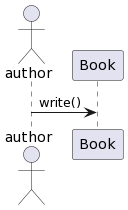
This is prototype/diagrams/out/sequence.png from lordking/gof-design-patterns, a PlantUML export, as it was before one commit. Source of this version:
```plantuml
@startuml

Actor author
Participant Book

author -> Book: write()
@enduml
```
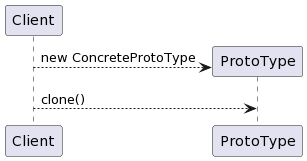
After the commit.

Change to the diagram source:
```diff
@@ -1,7 +1,9 @@
 @startuml
 
-Actor author
-Participant Book
+participant Client
+participant ProtoType
 
-author -> Book: write()
+create ProtoType
+Client --> ProtoType : new ConcreteProtoType
+Client --> ProtoType : clone()
 @enduml
```
